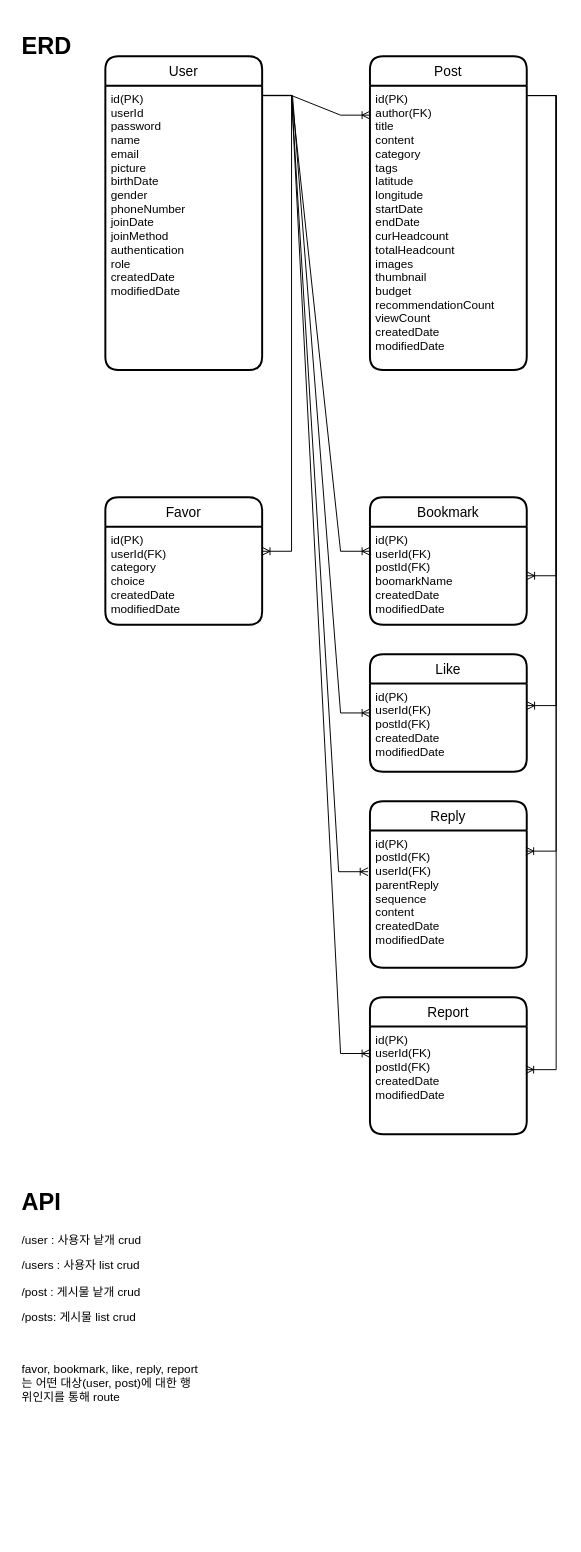
Above: erd.drawio in sgcs11/side_project_erd (draw.io), before the change. Source tidied: cells renumbered, new cells numbered last; positions are measured from the earlier drawing's top-left corner, leaving out a move shared by most shapes. Both pictures are drawn from the tidied source at 98%, with x=0, y=0 at pixel (17, 26).
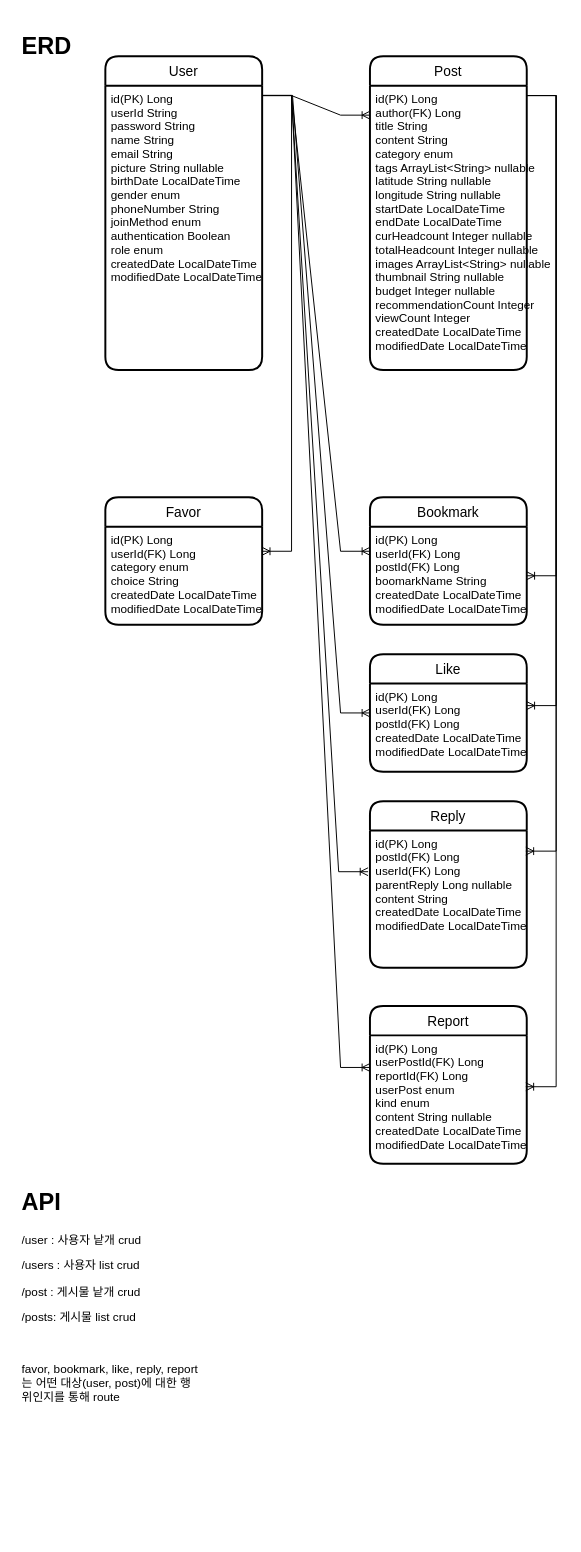
The same diagram, later.

The change refers to these unchanged cells:
```xml
<mxCell id="2" value="User" style="swimlane;horizontal=1;startSize=30;rounded=1;fontSize=14;fontStyle=0;strokeWidth=2;shadow=0;dashed=0;align=center;" parent="1" vertex="1">
  <mxGeometry x="90" y="30" width="160" height="320" as="geometry" />
</mxCell>
<mxCell id="4" value="Post" style="swimlane;horizontal=1;startSize=30;rounded=1;fontSize=14;fontStyle=0;strokeWidth=2;shadow=0;dashed=0;align=center;" parent="1" vertex="1">
  <mxGeometry x="360" y="30" width="160" height="320" as="geometry" />
</mxCell>
<mxCell id="7" value="Bookmark" style="swimlane;horizontal=1;startSize=30;rounded=1;fontSize=14;fontStyle=0;strokeWidth=2;shadow=0;dashed=0;align=center;" parent="1" vertex="1">
  <mxGeometry x="360" y="480" width="160" height="130" as="geometry" />
</mxCell>
<mxCell id="11" value="Like" style="swimlane;horizontal=1;startSize=30;rounded=1;fontSize=14;fontStyle=0;strokeWidth=2;shadow=0;dashed=0;align=center;" parent="1" vertex="1">
  <mxGeometry x="360" y="640" width="160" height="120" as="geometry" />
</mxCell>
<mxCell id="17" value="Reply" style="swimlane;horizontal=1;startSize=30;rounded=1;fontSize=14;fontStyle=0;strokeWidth=2;shadow=0;dashed=0;align=center;" parent="1" vertex="1">
  <mxGeometry x="360" y="790" width="160" height="170" as="geometry" />
</mxCell>
<mxCell id="21" value="Favor" style="swimlane;horizontal=1;startSize=30;rounded=1;fontSize=14;fontStyle=0;strokeWidth=2;shadow=0;dashed=0;align=center;" parent="1" vertex="1">
  <mxGeometry x="90" y="480" width="160" height="130" as="geometry" />
</mxCell>
```

Change to the diagram source:
```diff
@@
-    <mxCell id="3" value="id(PK)&#10;userId&#10;password&#10;name&#10;email&#10;picture&#10;birthDate&#10;gender&#10;phoneNumber&#10;joinDate&#10;joinMethod&#10;authentication&#10;role&#10;createdDate&#10;modifiedDate" style="align=left;strokeColor=none;fillColor=none;spacingLeft=4;fontSize=12;verticalAlign=top;" parent="2" vertex="1">
+    <mxCell id="3" value="id(PK) Long&#10;userId String&#10;password String&#10;name String&#10;email String&#10;picture String nullable&#10;birthDate LocalDateTime&#10;gender enum&#10;phoneNumber String&#10;joinMethod enum&#10;authentication Boolean&#10;role enum&#10;createdDate LocalDateTime&#10;modifiedDate LocalDateTime" style="align=left;strokeColor=none;fillColor=none;spacingLeft=4;fontSize=12;verticalAlign=top;" parent="2" vertex="1">
       <mxGeometry y="30" width="160" height="290" as="geometry" />
     </mxCell>
@@
-    <mxCell id="5" value="id(PK)&#10;author(FK)&#10;title&#10;content&#10;category&#10;tags&#10;latitude&#10;longitude&#10;startDate&#10;endDate&#10;curHeadcount&#10;totalHeadcount&#10;images&#10;thumbnail&#10;budget&#10;recommendationCount&#10;viewCount&#10;createdDate&#10;modifiedDate" style="align=left;strokeColor=none;fillColor=none;spacingLeft=4;fontSize=12;verticalAlign=top;" parent="4" vertex="1">
+    <mxCell id="5" value="id(PK) Long&#10;author(FK) Long&#10;title String&#10;content String&#10;category enum&#10;tags ArrayList&lt;String&gt; nullable&#10;latitude String nullable&#10;longitude String nullable&#10;startDate LocalDateTime&#10;endDate LocalDateTime&#10;curHeadcount Integer nullable&#10;totalHeadcount Integer nullable&#10;images ArrayList&lt;String&gt; nullable&#10;thumbnail String nullable&#10;budget Integer nullable&#10;recommendationCount Integer&#10;viewCount Integer&#10;createdDate LocalDateTime&#10;modifiedDate LocalDateTime" style="align=left;strokeColor=none;fillColor=none;spacingLeft=4;fontSize=12;verticalAlign=top;" parent="4" vertex="1">
       <mxGeometry y="30" width="160" height="290" as="geometry" />
     </mxCell>
@@
-    <mxCell id="8" value="id(PK)&#10;userId(FK)&#10;postId(FK)&#10;boomarkName&#10;createdDate&#10;modifiedDate" style="align=left;strokeColor=none;fillColor=none;spacingLeft=4;fontSize=12;verticalAlign=top;" parent="7" vertex="1">
+    <mxCell id="8" value="id(PK) Long&#10;userId(FK) Long&#10;postId(FK) Long&#10;boomarkName String&#10;createdDate LocalDateTime&#10;modifiedDate LocalDateTime" style="align=left;strokeColor=none;fillColor=none;spacingLeft=4;fontSize=12;verticalAlign=top;" parent="7" vertex="1">
       <mxGeometry y="30" width="160" height="100" as="geometry" />
     </mxCell>
     <mxCell id="9" value="Report" style="swimlane;horizontal=1;startSize=30;rounded=1;fontSize=14;fontStyle=0;strokeWidth=2;shadow=0;dashed=0;align=center;" parent="1" vertex="1">
-      <mxGeometry x="360" y="990" width="160" height="140" as="geometry" />
+      <mxGeometry x="360" y="999" width="160" height="161" as="geometry" />
     </mxCell>
-    <mxCell id="10" value="id(PK)&#10;userId(FK)&#10;postId(FK)&#10;createdDate&#10;modifiedDate" style="align=left;strokeColor=none;fillColor=none;spacingLeft=4;fontSize=12;verticalAlign=top;" parent="9" vertex="1">
-      <mxGeometry y="30" width="160" height="110" as="geometry" />
+    <mxCell id="10" value="id(PK) Long&#10;userPostId(FK) Long&#10;reportId(FK) Long&#10;userPost enum&#10;kind enum&#10;content String nullable&#10;createdDate LocalDateTime&#10;modifiedDate LocalDateTime" style="align=left;strokeColor=none;fillColor=none;spacingLeft=4;fontSize=12;verticalAlign=top;" parent="9" vertex="1">
+      <mxGeometry y="30" width="160" height="131" as="geometry" />
     </mxCell>
@@
-    <mxCell id="12" value="id(PK)&#10;userId(FK)&#10;postId(FK)&#10;createdDate&#10;modifiedDate" style="align=left;strokeColor=none;fillColor=none;spacingLeft=4;fontSize=12;verticalAlign=top;" parent="11" vertex="1">
+    <mxCell id="12" value="id(PK) Long&#10;userId(FK) Long&#10;postId(FK) Long&#10;createdDate LocalDateTime&#10;modifiedDate LocalDateTime" style="align=left;strokeColor=none;fillColor=none;spacingLeft=4;fontSize=12;verticalAlign=top;" parent="11" vertex="1">
       <mxGeometry y="30" width="160" height="90" as="geometry" />
     </mxCell>
@@
-    <mxCell id="18" value="id(PK)&#10;postId(FK)&#10;userId(FK)&#10;parentReply&#10;sequence&#10;content&#10;createdDate&#10;modifiedDate&#10;" style="align=left;strokeColor=none;fillColor=none;spacingLeft=4;fontSize=12;verticalAlign=top;" parent="17" vertex="1">
+    <mxCell id="18" value="id(PK) Long&#10;postId(FK) Long&#10;userId(FK) Long&#10;parentReply Long nullable&#10;content String&#10;createdDate LocalDateTime&#10;modifiedDate LocalDateTime&#10;" style="align=left;strokeColor=none;fillColor=none;spacingLeft=4;fontSize=12;verticalAlign=top;" parent="17" vertex="1">
       <mxGeometry y="30" width="160" height="140" as="geometry" />
     </mxCell>
@@
-    <mxCell id="22" value="id(PK)&#10;userId(FK)&#10;category&#10;choice&#10;createdDate&#10;modifiedDate" style="align=left;strokeColor=none;fillColor=none;spacingLeft=4;fontSize=12;verticalAlign=top;" parent="21" vertex="1">
+    <mxCell id="22" value="id(PK) Long&#10;userId(FK) Long&#10;category enum&#10;choice String&#10;createdDate LocalDateTime&#10;modifiedDate LocalDateTime" style="align=left;strokeColor=none;fillColor=none;spacingLeft=4;fontSize=12;verticalAlign=top;" parent="21" vertex="1">
       <mxGeometry y="30" width="160" height="100" as="geometry" />
     </mxCell>
```
